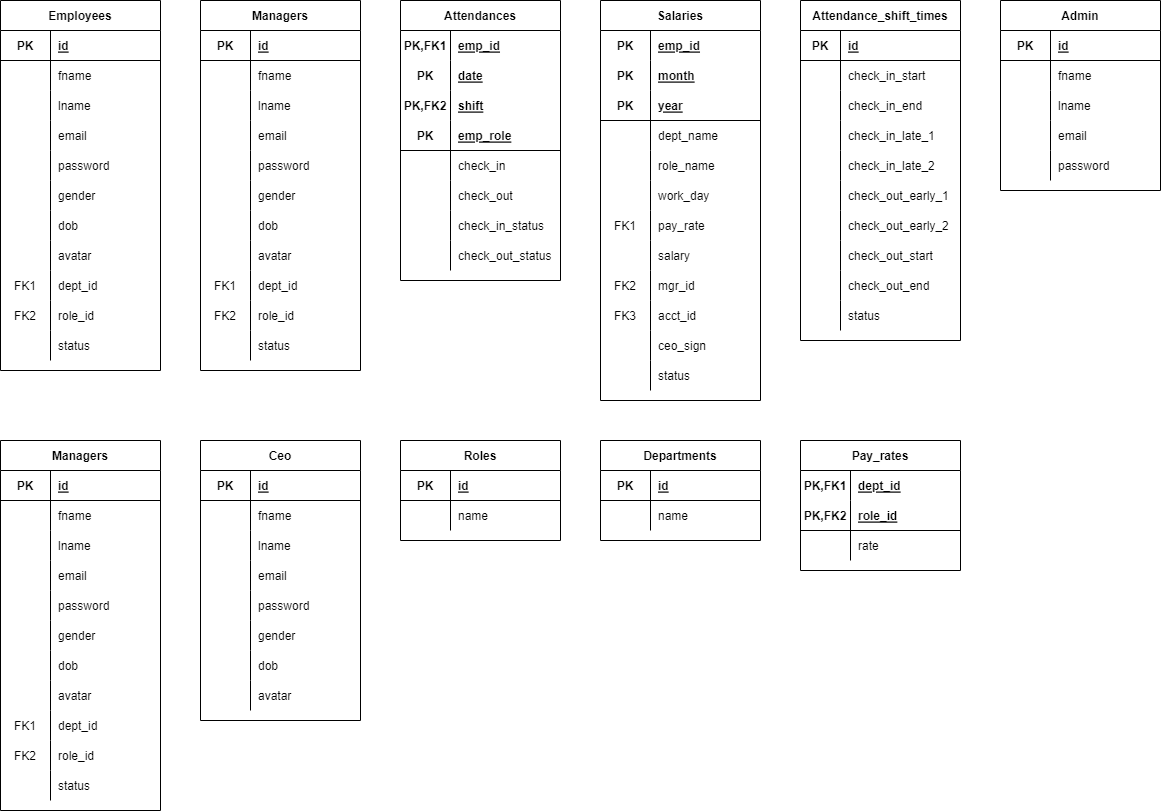
This is documents/DB.png from hydra029/laravel_web, a draw.io export, as it was before one commit. Source tidied: cells renumbered, new cells last; positions are measured from the earlier drawing's top-left corner, leaving out a move shared by most shapes.
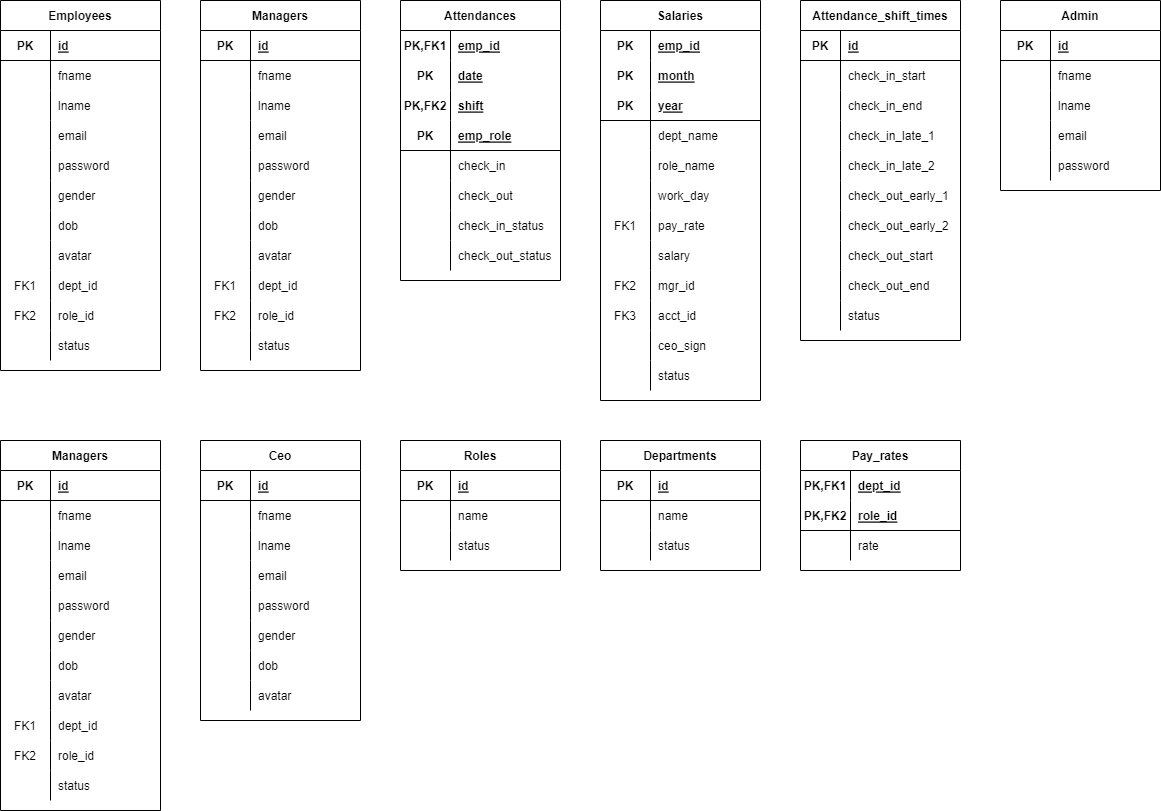
The same diagram one commit later.

Diff of the diagram source:
```diff
@@ -198,7 +198,7 @@
       <mxGeometry x="50" width="110" height="30" as="geometry" />
     </mxCell>
     <mxCell id="67" value="Departments" style="shape=table;startSize=30;rowLines=0;fontStyle=1;align=center;" parent="1" vertex="1">
-      <mxGeometry x="600" y="440" width="160" height="100" as="geometry" />
+      <mxGeometry x="600" y="440" width="160" height="130" as="geometry" />
     </mxCell>
     <mxCell id="68" style="shape=tableRow;horizontal=0;startSize=0;swimlaneHead=0;swimlaneBody=0;fillColor=none;top=0;left=0;right=0;bottom=1;" parent="67" vertex="1">
       <mxGeometry y="30" width="160" height="30" as="geometry" />
@@ -218,8 +218,17 @@
     <mxCell id="73" value="name" style="shape=partialRectangle;fillColor=none;top=0;left=0;bottom=0;right=0;align=left;spacingLeft=6;overflow=hidden;" parent="71" vertex="1">
       <mxGeometry x="50" width="110" height="30" as="geometry" />
     </mxCell>
+    <mxCell id="268" style="shape=tableRow;horizontal=0;startSize=0;swimlaneHead=0;swimlaneBody=0;fillColor=none;top=0;left=0;right=0;bottom=0;" parent="67" vertex="1">
+      <mxGeometry y="90" width="160" height="30" as="geometry" />
+    </mxCell>
+    <mxCell id="269" style="shape=partialRectangle;fillColor=none;top=0;left=0;bottom=0;right=0;overflow=hidden;" parent="268" vertex="1">
+      <mxGeometry width="50" height="30" as="geometry" />
+    </mxCell>
+    <mxCell id="270" value="status" style="shape=partialRectangle;fillColor=none;top=0;left=0;bottom=0;right=0;align=left;spacingLeft=6;overflow=hidden;" parent="268" vertex="1">
+      <mxGeometry x="50" width="110" height="30" as="geometry" />
+    </mxCell>
     <mxCell id="74" value="Roles" style="shape=table;startSize=30;rowLines=0;fontStyle=1;align=center;" parent="1" vertex="1">
-      <mxGeometry x="400" y="440" width="160" height="100" as="geometry" />
+      <mxGeometry x="400" y="440" width="160" height="130" as="geometry" />
     </mxCell>
     <mxCell id="75" style="shape=tableRow;horizontal=0;startSize=0;swimlaneHead=0;swimlaneBody=0;fillColor=none;top=0;left=0;right=0;bottom=1;" parent="74" vertex="1">
       <mxGeometry y="30" width="160" height="30" as="geometry" />
@@ -239,6 +248,15 @@
     <mxCell id="80" value="name" style="shape=partialRectangle;fillColor=none;top=0;left=0;bottom=0;right=0;align=left;spacingLeft=6;overflow=hidden;" parent="78" vertex="1">
       <mxGeometry x="50" width="110" height="30" as="geometry" />
     </mxCell>
+    <mxCell id="271" style="shape=tableRow;horizontal=0;startSize=0;swimlaneHead=0;swimlaneBody=0;fillColor=none;top=0;left=0;right=0;bottom=0;" parent="74" vertex="1">
+      <mxGeometry y="90" width="160" height="30" as="geometry" />
+    </mxCell>
+    <mxCell id="272" style="shape=partialRectangle;fillColor=none;top=0;left=0;bottom=0;right=0;overflow=hidden;" parent="271" vertex="1">
+      <mxGeometry width="50" height="30" as="geometry" />
+    </mxCell>
+    <mxCell id="273" value="status" style="shape=partialRectangle;fillColor=none;top=0;left=0;bottom=0;right=0;align=left;spacingLeft=6;overflow=hidden;" parent="271" vertex="1">
+      <mxGeometry x="50" width="110" height="30" as="geometry" />
+    </mxCell>
     <mxCell id="81" value="Attendance_shift_times" style="shape=table;startSize=30;rowLines=0;fontStyle=1;align=center;strokeColor=default;" parent="1" vertex="1">
       <mxGeometry x="800" width="160" height="340" as="geometry" />
     </mxCell>
```
